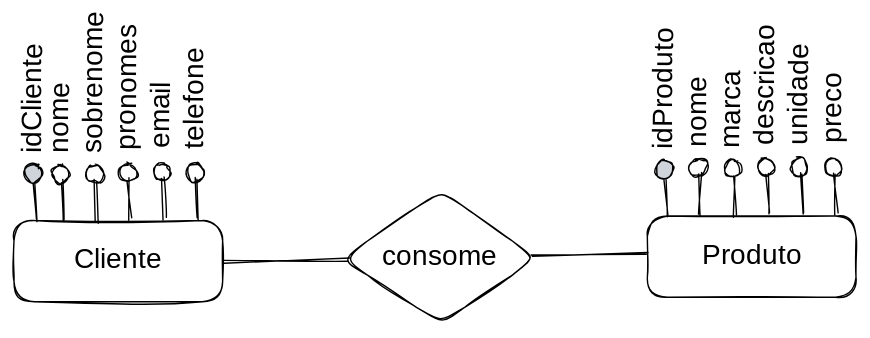
Above: .gitbook/assets/file.excalidraw (2).svg in francojoao/gb-banco-de-dados (Excalidraw), before the change. Source tidied: one line per element, renumbered; positions are measured from the earlier drawing's top-left corner, leaving out a move shared by most shapes.
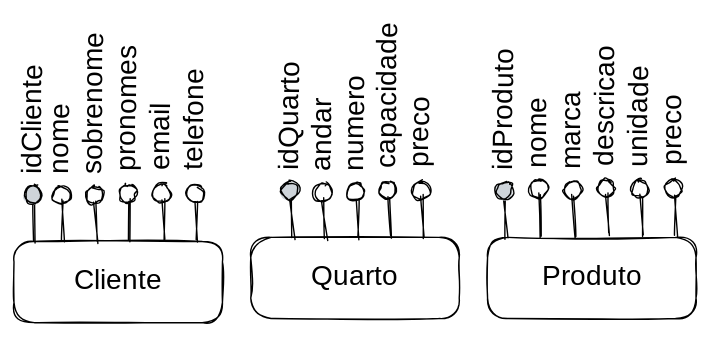
The same file after the commit.

Change to the diagram source:
```diff
@@ -1,44 +1,57 @@
-{"id": 0, "type": "rectangle", "strokeColor": "#000000", "strokeWidth": 1, "roughness": 1, "round": true, "x": 480, "y": 110, "width": 149, "height": 58}
+{"id": 44, "type": "rectangle", "strokeColor": "#000000", "strokeWidth": 1, "roughness": 1, "round": true, "x": 366, "y": 110, "width": 149, "height": 58}
-{"id": 1, "type": "text", "text": "Produto", "strokeColor": "#000000", "strokeWidth": 1, "roughness": 1, "fontSize": 20, "fontFamily": 1, "textAlign": "center", "verticalAlign": "middle", "inside": 0, "x": 514, "y": 127, "width": 80, "height": 23}
+{"id": 1, "type": "text", "text": "Produto", "strokeColor": "#000000", "strokeWidth": 1, "roughness": 1, "fontSize": 20, "fontFamily": 1, "textAlign": "center", "verticalAlign": "middle", "inside": 44, "x": 401, "y": 127, "width": 80, "height": 23}
-{"id": 2, "type": "line", "strokeColor": "#000000", "strokeWidth": 1, "roughness": 1, "round": true, "x": 517, "y": 80, "width": 1, "height": 29, "points": [[0, 0], [1, 29]]}
-{"id": 3, "type": "ellipse", "strokeColor": "#000000", "strokeWidth": 1, "roughness": 1, "round": true, "x": 510, "y": 69, "width": 12, "height": 13}
-{"id": 4, "type": "text", "text": "nome", "strokeColor": "#000000", "angle": 4.72, "strokeWidth": 1, "roughness": 1, "fontSize": 20, "fontFamily": 1, "x": 493, "y": 25, "width": 46, "height": 25}
-{"id": 5, "type": "line", "strokeColor": "#000000", "strokeWidth": 1, "roughness": 1, "round": true, "x": 541, "y": 81, "width": 1, "height": 29, "points": [[0, 0], [1, 29]]}
-{"id": 6, "type": "ellipse", "strokeColor": "#000000", "strokeWidth": 1, "roughness": 1, "round": true, "x": 534, "y": 70, "width": 12, "height": 13}
-{"id": 7, "type": "text", "text": "marca", "strokeColor": "#000000", "angle": 4.72, "strokeWidth": 1, "roughness": 1, "fontSize": 20, "fontFamily": 1, "x": 510, "y": 19, "width": 60, "height": 25}
-{"id": 8, "type": "line", "strokeColor": "#000000", "strokeWidth": 1, "roughness": 1, "round": true, "x": 589, "y": 80, "width": 1, "height": 29, "points": [[0, 0], [1, 29]]}
-{"id": 9, "type": "ellipse", "strokeColor": "#000000", "strokeWidth": 1, "roughness": 1, "round": true, "x": 583, "y": 69, "width": 12, "height": 13}
-{"id": 10, "type": "text", "text": "unidade", "strokeColor": "#000000", "angle": 4.72, "strokeWidth": 1, "roughness": 1, "fontSize": 20, "fontFamily": 1, "x": 552, "y": 10, "width": 74, "height": 25}
-{"id": 11, "type": "text", "text": "preco", "strokeColor": "#000000", "angle": 4.72, "strokeWidth": 1, "roughness": 1, "fontSize": 20, "fontFamily": 1, "x": 586, "y": 19, "width": 53, "height": 25}
-{"id": 12, "type": "line", "strokeColor": "#000000", "strokeWidth": 1, "roughness": 1, "round": true, "x": 613, "y": 80, "width": 1, "height": 29, "points": [[0, 0], [1, 29]]}
-{"id": 13, "type": "ellipse", "strokeColor": "#000000", "strokeWidth": 1, "roughness": 1, "round": true, "x": 607, "y": 69, "width": 12, "height": 13}
-{"id": 14, "type": "line", "strokeColor": "#000000", "strokeWidth": 1, "roughness": 1, "round": true, "x": 565, "y": 79, "width": 1, "height": 29, "points": [[0, 0], [1, 29]]}
-{"id": 15, "type": "ellipse", "strokeColor": "#000000", "strokeWidth": 1, "roughness": 1, "round": true, "x": 558, "y": 68, "width": 12, "height": 13}
-{"id": 16, "type": "text", "text": "descricao", "strokeColor": "#000000", "angle": 4.72, "strokeWidth": 1, "roughness": 1, "fontSize": 20, "fontFamily": 1, "x": 518, "y": 0, "width": 93, "height": 25}
-{"id": 17, "type": "line", "strokeColor": "#000000", "strokeWidth": 1, "roughness": 1, "round": true, "x": 493, "y": 81, "width": 1, "height": 29, "points": [[0, 0], [1, 29]]}
-{"id": 18, "type": "ellipse", "strokeColor": "#000000", "backgroundColor": "#ced4da", "fillStyle": "solid", "strokeWidth": 1, "roughness": 1, "round": true, "x": 486, "y": 70, "width": 12, "height": 13}
-{"id": 19, "type": "text", "text": "idProduto", "strokeColor": "#000000", "angle": 4.72, "strokeWidth": 1, "roughness": 1, "fontSize": 20, "fontFamily": 1, "x": 444, "y": 1, "width": 96, "height": 25}
-{"id": 20, "type": "rectangle", "strokeColor": "#000000", "strokeWidth": 1, "roughness": 1, "round": true, "x": 28, "y": 113, "width": 149, "height": 58}
+{"id": 45, "type": "rectangle", "strokeColor": "#000000", "strokeWidth": 1, "roughness": 1, "round": true, "x": 28, "y": 113, "width": 149, "height": 58}
-{"id": 21, "type": "text", "text": "Cliente", "strokeColor": "#000000", "strokeWidth": 1, "roughness": 1, "fontSize": 20, "fontFamily": 1, "textAlign": "center", "verticalAlign": "middle", "inside": 20, "x": 69, "y": 130, "width": 67, "height": 23}
+{"id": 21, "type": "text", "text": "Cliente", "strokeColor": "#000000", "strokeWidth": 1, "roughness": 1, "fontSize": 20, "fontFamily": 1, "textAlign": "center", "verticalAlign": "middle", "inside": 45, "x": 69, "y": 130, "width": 67, "height": 23}
-{"id": 22, "type": "line", "strokeColor": "#000000", "strokeWidth": 1, "roughness": 1, "round": true, "x": 62, "y": 85, "width": 1, "height": 29, "points": [[0, 0], [1, 29]]}
-{"id": 23, "type": "ellipse", "strokeColor": "#000000", "strokeWidth": 1, "roughness": 1, "round": true, "x": 55, "y": 74, "width": 12, "height": 13}
-{"id": 24, "type": "text", "text": "nome", "strokeColor": "#000000", "angle": 4.72, "strokeWidth": 1, "roughness": 1, "fontSize": 20, "fontFamily": 1, "x": 38, "y": 30, "width": 46, "height": 25}
-{"id": 25, "type": "line", "strokeColor": "#000000", "strokeWidth": 1, "roughness": 1, "round": true, "x": 86, "y": 84, "width": 1, "height": 29, "points": [[0, 0], [1, 29]]}
-{"id": 26, "type": "ellipse", "strokeColor": "#000000", "strokeWidth": 1, "roughness": 1, "round": true, "x": 79, "y": 73, "width": 12, "height": 13}
+{"id": 46, "type": "line", "strokeColor": "#000000", "strokeWidth": 1, "roughness": 1, "round": true, "x": 61, "y": 85, "width": 1, "height": 29, "points": [[0, 0], [1, 29]]}
+{"id": 47, "type": "ellipse", "strokeColor": "#000000", "strokeWidth": 1, "roughness": 1, "round": true, "x": 55, "y": 74, "width": 12, "height": 13}
+{"id": 48, "type": "text", "text": "nome", "strokeColor": "#000000", "angle": 4.72, "strokeWidth": 1, "roughness": 1, "fontSize": 20, "fontFamily": 1, "x": 38, "y": 30, "width": 46, "height": 25}
+{"id": 49, "type": "line", "strokeColor": "#000000", "strokeWidth": 1, "roughness": 1, "round": true, "x": 86, "y": 85, "width": 1, "height": 29, "points": [[0, 0], [1, 29]]}
+{"id": 50, "type": "ellipse", "strokeColor": "#000000", "strokeWidth": 1, "roughness": 1, "round": true, "x": 79, "y": 74, "width": 12, "height": 13}
 {"id": 27, "type": "text", "text": "sobrenome", "strokeColor": "#000000", "angle": 4.72, "strokeWidth": 1, "roughness": 1, "fontSize": 20, "fontFamily": 1, "x": 36, "y": 3, "width": 98, "height": 25}
-{"id": 28, "type": "line", "strokeColor": "#000000", "strokeWidth": 1, "roughness": 1, "round": true, "x": 110, "y": 83, "width": 1, "height": 29, "points": [[0, 0], [1, 29]]}
-{"id": 29, "type": "ellipse", "strokeColor": "#000000", "strokeWidth": 1, "roughness": 1, "round": true, "x": 103, "y": 72, "width": 12, "height": 13}
+{"id": 51, "type": "line", "strokeColor": "#000000", "strokeWidth": 1, "roughness": 1, "round": true, "x": 110, "y": 83, "width": 1, "height": 29, "points": [[0, 0], [1, 29]]}
+{"id": 52, "type": "ellipse", "strokeColor": "#000000", "strokeWidth": 1, "roughness": 1, "round": true, "x": 103, "y": 72, "width": 12, "height": 13}
-{"id": 30, "type": "text", "text": "pronomes", "strokeColor": "#000000", "angle": 4.72, "strokeWidth": 1, "roughness": 1, "fontSize": 20, "fontFamily": 1, "x": 66, "y": 7, "width": 86, "height": 25}
+{"id": 30, "type": "text", "text": "pronomes", "strokeColor": "#000000", "angle": 4.72, "strokeWidth": 1, "roughness": 1, "fontSize": 20, "fontFamily": 1, "x": 66, "y": 8, "width": 86, "height": 25}
 {"id": 31, "type": "text", "text": "email", "strokeColor": "#000000", "angle": 4.72, "strokeWidth": 1, "roughness": 1, "fontSize": 20, "fontFamily": 1, "x": 109, "y": 25, "width": 49, "height": 25}
-{"id": 32, "type": "line", "strokeColor": "#000000", "strokeWidth": 1, "roughness": 1, "round": true, "x": 134, "y": 83, "width": 1, "height": 29, "points": [[0, 0], [1, 29]]}
-{"id": 33, "type": "ellipse", "strokeColor": "#000000", "strokeWidth": 1, "roughness": 1, "round": true, "x": 127, "y": 72, "width": 12, "height": 13}
+{"id": 53, "type": "line", "strokeColor": "#000000", "strokeWidth": 1, "roughness": 1, "round": true, "x": 134, "y": 83, "width": 1, "height": 29, "points": [[0, 0], [1, 29]]}
+{"id": 54, "type": "ellipse", "strokeColor": "#000000", "strokeWidth": 1, "roughness": 1, "round": true, "x": 127, "y": 72, "width": 12, "height": 13}
 {"id": 34, "type": "text", "text": "telefone", "strokeColor": "#000000", "angle": 4.72, "strokeWidth": 1, "roughness": 1, "fontSize": 20, "fontFamily": 1, "x": 116, "y": 9, "width": 82, "height": 25}
-{"id": 35, "type": "line", "strokeColor": "#000000", "strokeWidth": 1, "roughness": 1, "round": true, "x": 158, "y": 84, "width": 1, "height": 29, "points": [[0, 0], [1, 29]]}
-{"id": 36, "type": "ellipse", "strokeColor": "#000000", "strokeWidth": 1, "roughness": 1, "round": true, "x": 151, "y": 73, "width": 12, "height": 13}
-{"id": 37, "type": "line", "strokeColor": "#000000", "strokeWidth": 1, "roughness": 1, "round": true, "x": 42, "y": 84, "width": 1, "height": 29, "points": [[0, 0], [1, 29]]}
-{"id": 38, "type": "ellipse", "strokeColor": "#000000", "backgroundColor": "#ced4da", "fillStyle": "solid", "strokeWidth": 1, "roughness": 1, "round": true, "x": 35, "y": 73, "width": 12, "height": 13}
+{"id": 55, "type": "line", "strokeColor": "#000000", "strokeWidth": 1, "roughness": 1, "round": true, "x": 158, "y": 84, "width": 1, "height": 29, "points": [[0, 0], [1, 29]]}
+{"id": 56, "type": "ellipse", "strokeColor": "#000000", "strokeWidth": 1, "roughness": 1, "round": true, "x": 151, "y": 73, "width": 12, "height": 13}
+{"id": 57, "type": "rectangle", "strokeColor": "#000000", "strokeWidth": 1, "roughness": 1, "round": true, "x": 197, "y": 110, "width": 149, "height": 58}
+{"id": 58, "type": "text", "text": "Quarto", "strokeColor": "#000000", "strokeWidth": 1, "roughness": 1, "fontSize": 20, "fontFamily": 1, "textAlign": "center", "verticalAlign": "middle", "inside": 57, "x": 235, "y": 127, "width": 72, "height": 23}
+{"id": 59, "type": "line", "strokeColor": "#000000", "strokeWidth": 1, "roughness": 1, "round": true, "x": 249, "y": 82, "width": 1, "height": 29, "points": [[0, 0], [1, 29]]}
+{"id": 60, "type": "ellipse", "strokeColor": "#000000", "strokeWidth": 1, "roughness": 1, "round": true, "x": 242, "y": 71, "width": 12, "height": 13}
+{"id": 61, "type": "text", "text": "andar", "strokeColor": "#000000", "angle": 4.72, "strokeWidth": 1, "roughness": 1, "fontSize": 20, "fontFamily": 1, "x": 220, "y": 22, "width": 58, "height": 25}
+{"id": 62, "type": "line", "strokeColor": "#000000", "strokeWidth": 1, "roughness": 1, "round": true, "x": 273, "y": 82, "width": 1, "height": 29, "points": [[0, 0], [1, 29]]}
+{"id": 63, "type": "ellipse", "strokeColor": "#000000", "strokeWidth": 1, "roughness": 1, "round": true, "x": 266, "y": 71, "width": 12, "height": 13}
+{"id": 64, "type": "text", "text": "numero", "strokeColor": "#000000", "angle": 4.72, "strokeWidth": 1, "roughness": 1, "fontSize": 20, "fontFamily": 1, "x": 239, "y": 17, "width": 66, "height": 25}
+{"id": 65, "type": "line", "strokeColor": "#000000", "strokeWidth": 1, "roughness": 1, "round": true, "x": 296, "y": 81, "width": 1, "height": 29, "points": [[0, 0], [1, 29]]}
+{"id": 66, "type": "ellipse", "strokeColor": "#000000", "strokeWidth": 1, "roughness": 1, "round": true, "x": 289, "y": 70, "width": 12, "height": 13}
+{"id": 67, "type": "text", "text": "capacidade", "strokeColor": "#000000", "angle": 4.72, "strokeWidth": 1, "roughness": 1, "fontSize": 20, "fontFamily": 1, "x": 240, "y": -7, "width": 110, "height": 25}
+{"id": 68, "type": "text", "text": "preco", "strokeColor": "#000000", "angle": 4.72, "strokeWidth": 1, "roughness": 1, "fontSize": 20, "fontFamily": 1, "x": 292, "y": 21, "width": 53, "height": 25}
+{"id": 69, "type": "line", "strokeColor": "#000000", "strokeWidth": 1, "roughness": 1, "round": true, "x": 319, "y": 81, "width": 1, "height": 29, "points": [[0, 0], [1, 29]]}
+{"id": 70, "type": "ellipse", "strokeColor": "#000000", "strokeWidth": 1, "roughness": 1, "round": true, "x": 312, "y": 70, "width": 12, "height": 13}
+{"id": 71, "type": "line", "strokeColor": "#000000", "strokeWidth": 1, "roughness": 1, "round": true, "x": 403, "y": 80, "width": 1, "height": 29, "points": [[0, 0], [1, 29]]}
+{"id": 72, "type": "ellipse", "strokeColor": "#000000", "strokeWidth": 1, "roughness": 1, "round": true, "x": 396, "y": 69, "width": 12, "height": 13}
+{"id": 73, "type": "text", "text": "nome", "strokeColor": "#000000", "angle": 4.72, "strokeWidth": 1, "roughness": 1, "fontSize": 20, "fontFamily": 1, "x": 379, "y": 25, "width": 46, "height": 25}
+{"id": 74, "type": "line", "strokeColor": "#000000", "strokeWidth": 1, "roughness": 1, "round": true, "x": 427, "y": 81, "width": 1, "height": 29, "points": [[0, 0], [1, 29]]}
+{"id": 75, "type": "ellipse", "strokeColor": "#000000", "strokeWidth": 1, "roughness": 1, "round": true, "x": 421, "y": 70, "width": 12, "height": 13}
+{"id": 7, "type": "text", "text": "marca", "strokeColor": "#000000", "angle": 4.72, "strokeWidth": 1, "roughness": 1, "fontSize": 20, "fontFamily": 1, "x": 397, "y": 19, "width": 60, "height": 25}
+{"id": 76, "type": "line", "strokeColor": "#000000", "strokeWidth": 1, "roughness": 1, "round": true, "x": 475, "y": 80, "width": 1, "height": 29, "points": [[0, 0], [1, 29]]}
+{"id": 77, "type": "ellipse", "strokeColor": "#000000", "strokeWidth": 1, "roughness": 1, "round": true, "x": 469, "y": 69, "width": 12, "height": 13}
+{"id": 10, "type": "text", "text": "unidade", "strokeColor": "#000000", "angle": 4.72, "strokeWidth": 1, "roughness": 1, "fontSize": 20, "fontFamily": 1, "x": 438, "y": 10, "width": 74, "height": 25}
+{"id": 78, "type": "text", "text": "preco", "strokeColor": "#000000", "angle": 4.72, "strokeWidth": 1, "roughness": 1, "fontSize": 20, "fontFamily": 1, "x": 472, "y": 19, "width": 53, "height": 25}
+{"id": 79, "type": "line", "strokeColor": "#000000", "strokeWidth": 1, "roughness": 1, "round": true, "x": 499, "y": 80, "width": 1, "height": 29, "points": [[0, 0], [1, 29]]}
+{"id": 80, "type": "ellipse", "strokeColor": "#000000", "strokeWidth": 1, "roughness": 1, "round": true, "x": 493, "y": 69, "width": 12, "height": 13}
+{"id": 81, "type": "line", "strokeColor": "#000000", "strokeWidth": 1, "roughness": 1, "round": true, "x": 451, "y": 80, "width": 1, "height": 29, "points": [[0, 0], [1, 29]]}
+{"id": 82, "type": "ellipse", "strokeColor": "#000000", "strokeWidth": 1, "roughness": 1, "round": true, "x": 444, "y": 69, "width": 12, "height": 13}
+{"id": 16, "type": "text", "text": "descricao", "strokeColor": "#000000", "angle": 4.72, "strokeWidth": 1, "roughness": 1, "fontSize": 20, "fontFamily": 1, "x": 404, "y": 0, "width": 93, "height": 25}
+{"id": 83, "type": "line", "strokeColor": "#000000", "strokeWidth": 1, "roughness": 1, "round": true, "x": 42, "y": 84, "width": 1, "height": 29, "points": [[0, 0], [1, 29]]}
+{"id": 84, "type": "ellipse", "strokeColor": "#000000", "backgroundColor": "#ced4da", "fillStyle": "solid", "strokeWidth": 1, "roughness": 1, "round": true, "x": 35, "y": 73, "width": 12, "height": 13}
 {"id": 39, "type": "text", "text": "idCliente", "strokeColor": "#000000", "angle": 4.72, "strokeWidth": 1, "roughness": 1, "fontSize": 20, "fontFamily": 1, "x": 0, "y": 11, "width": 83, "height": 25}
-{"id": 40, "type": "diamond", "strokeColor": "#000000", "strokeWidth": 1, "roughness": 1, "round": true, "x": 262, "y": 92, "width": 139, "height": 95}
-{"id": 41, "type": "text", "text": "consome", "strokeColor": "#000000", "strokeWidth": 1, "roughness": 1, "fontSize": 20, "fontFamily": 1, "textAlign": "center", "verticalAlign": "middle", "inside": 40, "x": 293, "y": 128, "width": 78, "height": 23}
-{"id": 42, "type": "arrow", "strokeColor": "#000000", "strokeWidth": 1, "roughness": 1, "round": true, "x": 397, "y": 138, "width": 84, "height": 2, "points": [[0, 0], [84, -2]]}
-{"id": 43, "type": "arrow", "strokeColor": "#000000", "strokeWidth": 1, "roughness": 1, "round": true, "to": 20, "x": 268, "y": 140, "width": 91, "height": 3, "points": [[0, 0], [-91, 3]]}
+{"id": 85, "type": "line", "strokeColor": "#000000", "strokeWidth": 1, "roughness": 1, "round": true, "x": 226, "y": 81, "width": 1, "height": 29, "points": [[0, 0], [1, 29]]}
+{"id": 86, "type": "ellipse", "strokeColor": "#000000", "backgroundColor": "#ced4da", "fillStyle": "solid", "strokeWidth": 1, "roughness": 1, "round": true, "x": 219, "y": 70, "width": 12, "height": 13}
+{"id": 87, "type": "text", "text": "idQuarto", "strokeColor": "#000000", "angle": 4.72, "strokeWidth": 1, "roughness": 1, "fontSize": 20, "fontFamily": 1, "x": 181, "y": 5, "width": 88, "height": 25}
+{"id": 88, "type": "line", "strokeColor": "#000000", "strokeWidth": 1, "roughness": 1, "round": true, "x": 379, "y": 82, "width": 1, "height": 29, "points": [[0, 0], [1, 29]]}
+{"id": 89, "type": "ellipse", "strokeColor": "#000000", "backgroundColor": "#ced4da", "fillStyle": "solid", "strokeWidth": 1, "roughness": 1, "round": true, "x": 372, "y": 71, "width": 12, "height": 13}
+{"id": 19, "type": "text", "text": "idProduto", "strokeColor": "#000000", "angle": 4.72, "strokeWidth": 1, "roughness": 1, "fontSize": 20, "fontFamily": 1, "x": 330, "y": 2, "width": 96, "height": 25}
```
